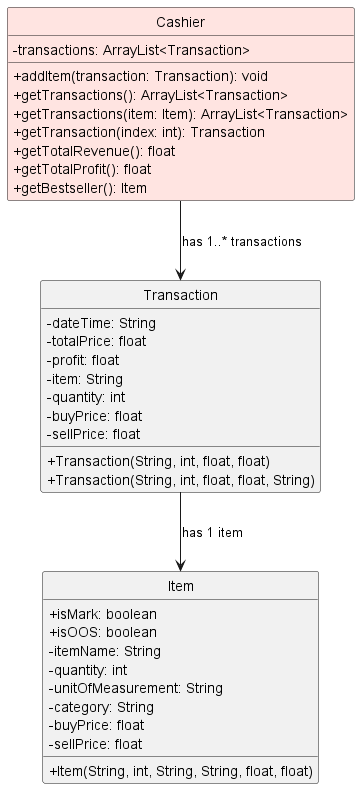
Earlier version of the PlantUML export docs/Diagrams/Images/Cashier/CashierClassDiagram.png (LowTL/tp).
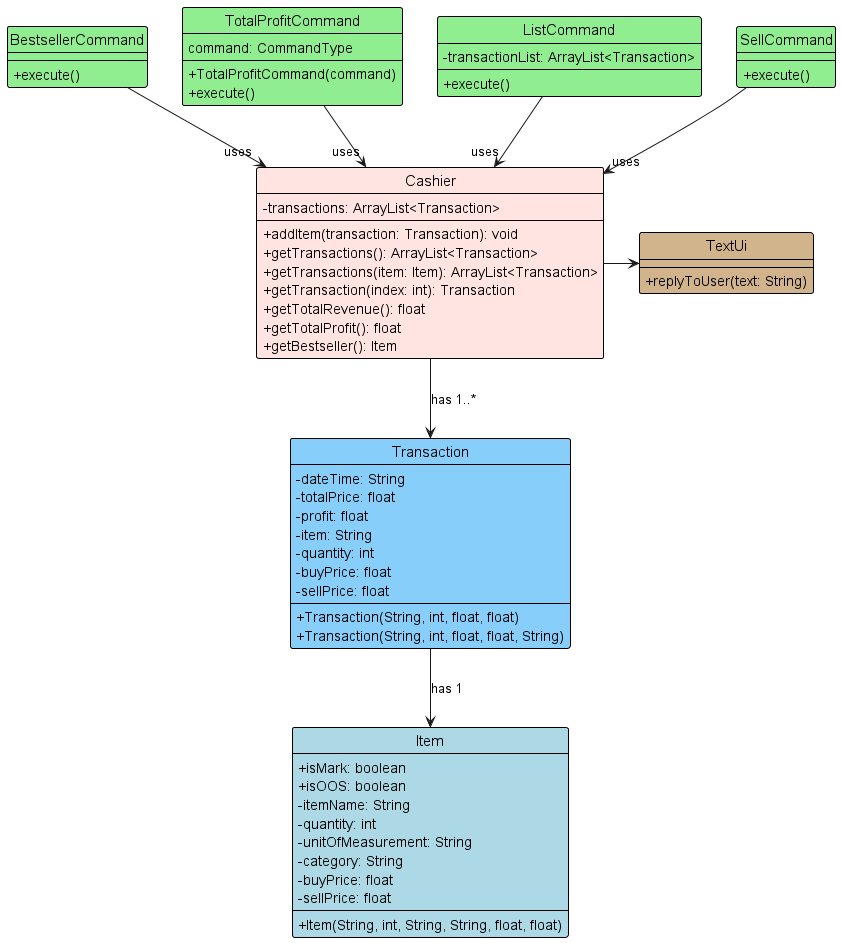
After the change.

The edit, as a diff of the source:
```diff
@@ -1,6 +1,25 @@
 @startuml
+!include ../Style.puml
 
-skinparam classFontColor automatic
+class BestsellerCommand #LightGreen {
++ execute()
+}
+class TotalProfitCommand #LightGreen {
+command: CommandType
++ TotalProfitCommand(command)
++ execute()
+}
+class ListCommand #LightGreen {
+- transactionList: ArrayList<Transaction>
++ execute()
+}
+class SellCommand #LightGreen {
++execute()
+}
+
+class TextUi #Tan {
++replyToUser(text: String)
+}
 
 class Cashier #MistyRose {
     - transactions: ArrayList<Transaction>
@@ -13,7 +32,7 @@
     + getBestseller(): Item
 }
 
-class Transaction {
+class Transaction #LightSkyBlue {
     - dateTime: String
     - totalPrice: float
     - profit: float
@@ -26,7 +45,7 @@
     + Transaction(String, int, float, float, String)
 }
 
-class Item {
+class Item #LightBlue {
     + isMark: boolean
     + isOOS: boolean
     - itemName: String
@@ -38,9 +57,12 @@
     +Item(String, int, String, String, float, float)
 }
 
-Cashier --> Transaction : has 1..* transactions
-Transaction --> Item : has 1 item
+BestsellerCommand -d->"uses" Cashier
+TotalProfitCommand-d->"uses" Cashier
+SellCommand-d->"uses" Cashier
+ListCommand-d->"uses" Cashier
+Cashier -r->TextUi
+Cashier --> Transaction : has 1..*
+Transaction --> Item : has 1
 
-hide circle
-skinparam classAttributeIconSize 0
 @enduml
```
